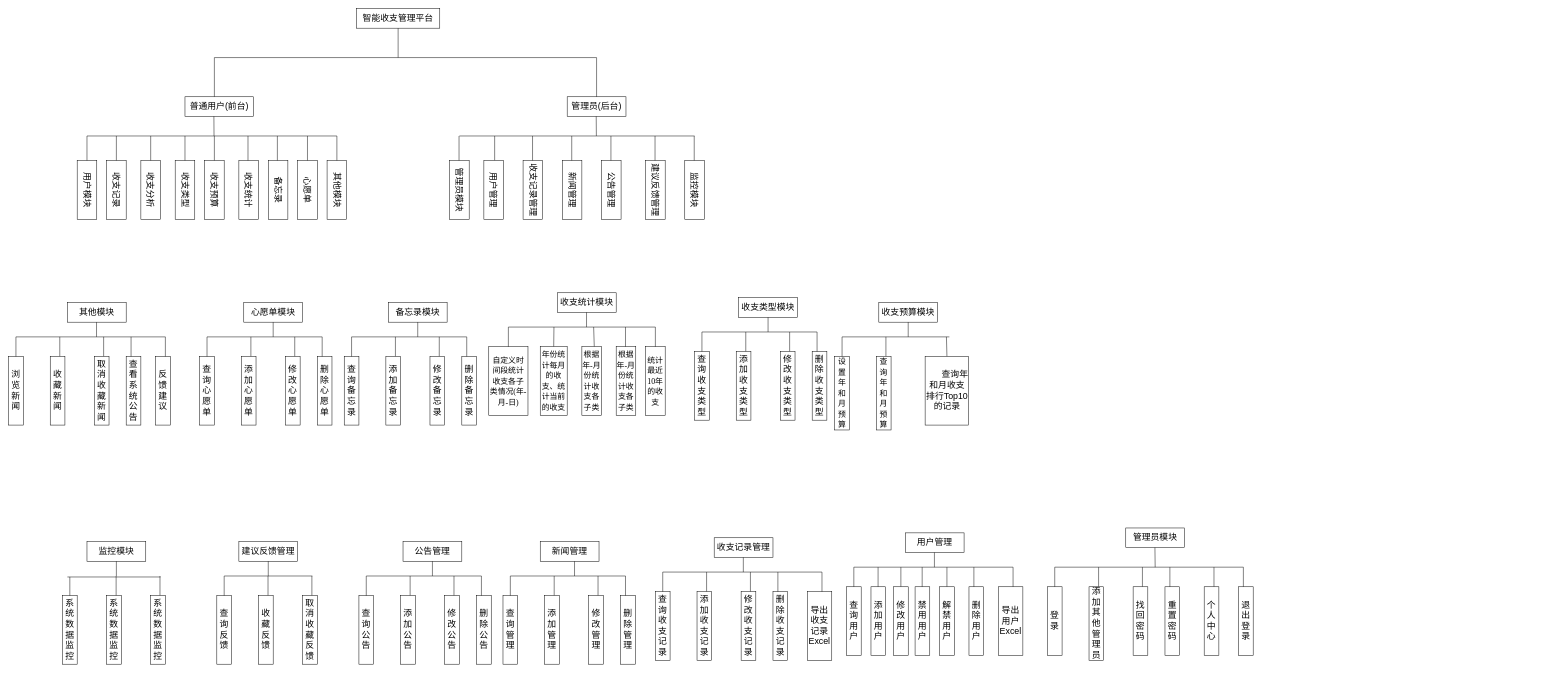
Before: 毕设专用/功能模块图.drawio in KTLeYing/draw-diagram, a draw.io diagram. Source tidied: cells renumbered, new cells numbered last; positions are measured from the earlier drawing's top-left corner, leaving out a move shared by most shapes. Both pictures are drawn from the tidied source at 49%, with x=0, y=0 at pixel (8, 8).
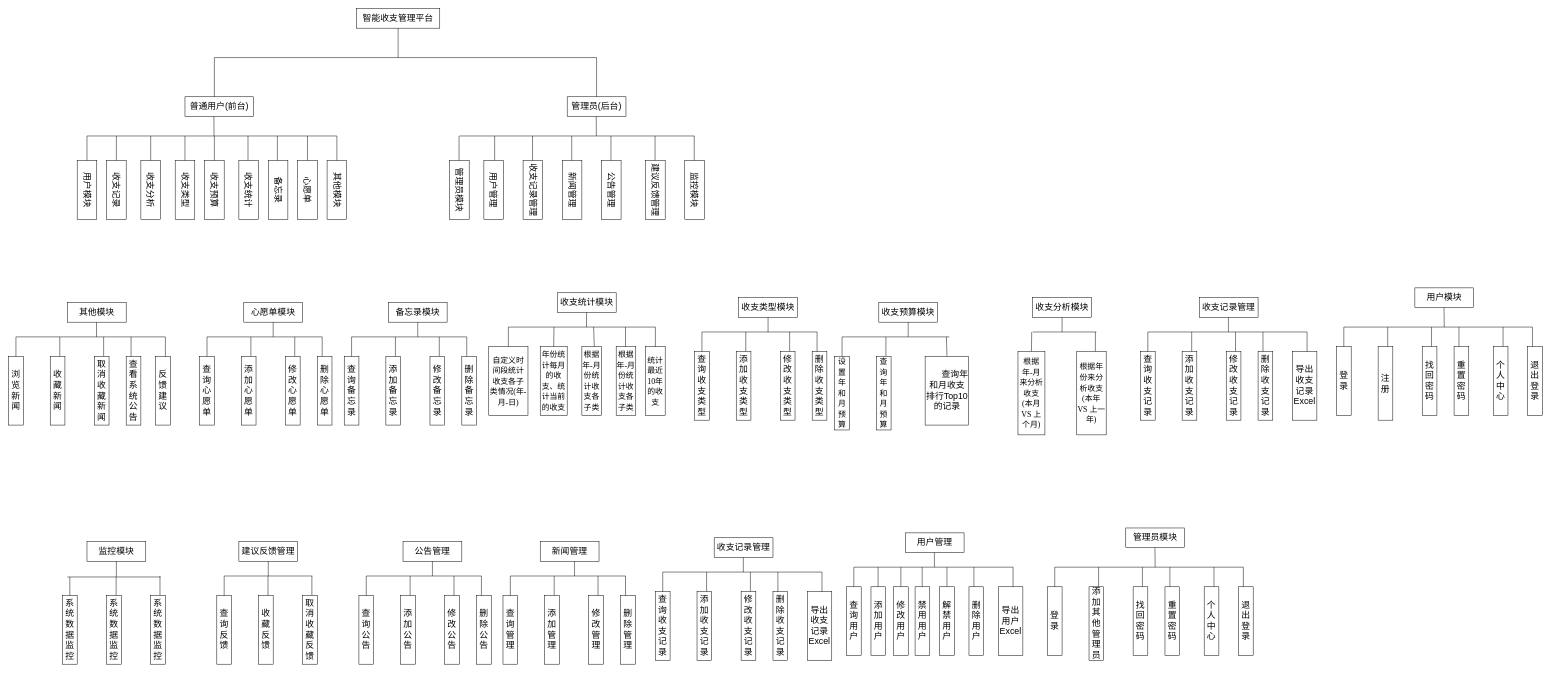
The same page after the edit.

Diff of the diagram source:
```diff
@@
+    <mxCell id="198" value="收支分析模块" style="rounded=0;whiteSpace=wrap;html=1;fontSize=18;" parent="1" vertex="1">
+      <mxGeometry x="2090" y="590" width="120" height="40" as="geometry" />
+    </mxCell>
+    <mxCell id="199" style="endArrow=none;html=1;rounded=0;fontSize=18;" parent="1" edge="1">
+      <mxGeometry relative="1" as="geometry">
+        <mxPoint x="2090" y="660" as="sourcePoint" />
+        <mxPoint x="2220" y="660" as="targetPoint" />
+      </mxGeometry>
+    </mxCell>
+    <mxCell id="200" style="endArrow=none;html=1;rounded=0;fontSize=18;exitX=0.5;exitY=0;exitDx=0;exitDy=0;" parent="1" edge="1" source="203">
+      <mxGeometry relative="1" as="geometry">
+        <mxPoint x="2088" y="660" as="targetPoint" />
+      </mxGeometry>
+    </mxCell>
+    <mxCell id="201" style="endArrow=none;html=1;rounded=0;fontSize=18;exitX=0.633;exitY=0;exitDx=0;exitDy=0;exitPerimeter=0;" parent="1" edge="1" source="204">
+      <mxGeometry relative="1" as="geometry">
+        <mxPoint x="2218" y="660" as="targetPoint" />
+      </mxGeometry>
+    </mxCell>
+    <mxCell id="202" style="endArrow=none;html=1;rounded=0;fontSize=18;" parent="1" edge="1">
+      <mxGeometry relative="1" as="geometry">
+        <mxPoint x="2150" y="660" as="sourcePoint" />
+        <mxPoint x="2150" y="630" as="targetPoint" />
+      </mxGeometry>
+    </mxCell>
+    <mxCell id="203" value="&lt;span style=&quot;font-size: 12pt&quot;&gt;根据年&lt;/span&gt;&lt;span lang=&quot;EN-US&quot; style=&quot;font-size: 12pt ; font-family: &amp;#34;times new roman&amp;#34; , serif&quot;&gt;-&lt;/span&gt;&lt;span style=&quot;font-size: 12pt&quot;&gt;月来分析收支&lt;/span&gt;&lt;span lang=&quot;EN-US&quot; style=&quot;font-size: 12pt ; font-family: &amp;#34;times new roman&amp;#34; , serif&quot;&gt;(&lt;/span&gt;&lt;span style=&quot;font-size: 12pt&quot;&gt;本月&lt;/span&gt;&lt;span lang=&quot;EN-US&quot; style=&quot;font-size: 12pt ; font-family: &amp;#34;times new roman&amp;#34; , serif&quot;&gt; VS &lt;/span&gt;&lt;span style=&quot;font-size: 12pt&quot;&gt;上个月&lt;/span&gt;&lt;span lang=&quot;EN-US&quot; style=&quot;font-size: 12pt ; font-family: &amp;#34;times new roman&amp;#34; , serif&quot;&gt;)&lt;/span&gt;" style="rounded=0;whiteSpace=wrap;html=1;fontSize=18;" parent="1" vertex="1">
+      <mxGeometry x="2060" y="700" width="55" height="170" as="geometry" />
+    </mxCell>
+    <mxCell id="204" value="&lt;span style=&quot;font-size: 12.0pt&quot;&gt;根据年份来分析收支&lt;/span&gt;&lt;span lang=&quot;EN-US&quot; style=&quot;font-size: 12.0pt ; font-family: &amp;#34;times new roman&amp;#34; , serif&quot;&gt;(&lt;/span&gt;&lt;span style=&quot;font-size: 12.0pt&quot;&gt;本年&lt;/span&gt;&lt;span lang=&quot;EN-US&quot; style=&quot;font-size: 12.0pt ; font-family: &amp;#34;times new roman&amp;#34; , serif&quot;&gt; VS &lt;/span&gt;&lt;span style=&quot;font-size: 12.0pt&quot;&gt;上一年&lt;/span&gt;&lt;span lang=&quot;EN-US&quot; style=&quot;font-size: 12.0pt ; font-family: &amp;#34;times new roman&amp;#34; , serif&quot;&gt;)&lt;/span&gt;" style="rounded=0;whiteSpace=wrap;html=1;fontSize=18;" parent="1" vertex="1">
+      <mxGeometry x="2180" y="700" width="60" height="170" as="geometry" />
+    </mxCell>
+    <mxCell id="205" value="收支记录管理" style="rounded=0;whiteSpace=wrap;html=1;fontSize=18;" parent="1" vertex="1">
+      <mxGeometry x="2430" y="590" width="120" height="40" as="geometry" />
+    </mxCell>
+    <mxCell id="206" value="查询收支记录" style="rounded=0;whiteSpace=wrap;html=1;fontSize=18;" parent="1" vertex="1">
+      <mxGeometry x="2310" y="700" width="30" height="140" as="geometry" />
+    </mxCell>
+    <mxCell id="207" style="endArrow=none;html=1;rounded=0;fontSize=18;" parent="1" edge="1">
+      <mxGeometry relative="1" as="geometry">
+        <mxPoint x="2325" y="660" as="sourcePoint" />
+        <mxPoint x="2650" y="660" as="targetPoint" />
+      </mxGeometry>
+    </mxCell>
+    <mxCell id="208" style="endArrow=none;html=1;rounded=0;fontSize=18;exitX=0.5;exitY=0;exitDx=0;exitDy=0;" parent="1" edge="1" source="206">
+      <mxGeometry relative="1" as="geometry">
+        <mxPoint x="2325" y="660" as="targetPoint" />
+      </mxGeometry>
+    </mxCell>
+    <mxCell id="209" style="endArrow=none;html=1;rounded=0;fontSize=18;exitX=0.65;exitY=0;exitDx=0;exitDy=0;exitPerimeter=0;" parent="1" edge="1" source="212">
+      <mxGeometry relative="1" as="geometry">
+        <mxPoint x="2414.5" y="660" as="targetPoint" />
+      </mxGeometry>
+    </mxCell>
+    <mxCell id="210" style="endArrow=none;html=1;rounded=0;fontSize=18;exitX=0.633;exitY=0;exitDx=0;exitDy=0;exitPerimeter=0;" parent="1" edge="1" source="213">
+      <mxGeometry relative="1" as="geometry">
+        <mxPoint x="2504" y="660" as="targetPoint" />
+      </mxGeometry>
+    </mxCell>
+    <mxCell id="211" style="endArrow=none;html=1;rounded=0;fontSize=18;" parent="1" edge="1">
+      <mxGeometry relative="1" as="geometry">
+        <mxPoint x="2489.5" y="660" as="sourcePoint" />
+        <mxPoint x="2489.5" y="630" as="targetPoint" />
+      </mxGeometry>
+    </mxCell>
+    <mxCell id="212" value="添加收支记录" style="rounded=0;whiteSpace=wrap;html=1;fontSize=18;" parent="1" vertex="1">
+      <mxGeometry x="2395" y="700" width="30" height="140" as="geometry" />
+    </mxCell>
+    <mxCell id="213" value="修改收支记录" style="rounded=0;whiteSpace=wrap;html=1;fontSize=18;" parent="1" vertex="1">
+      <mxGeometry x="2485" y="700" width="30" height="140" as="geometry" />
+    </mxCell>
+    <mxCell id="214" value="删除收支记录" style="rounded=0;whiteSpace=wrap;html=1;fontSize=18;" parent="1" vertex="1">
+      <mxGeometry x="2550" y="700" width="30" height="140" as="geometry" />
+    </mxCell>
+    <mxCell id="215" style="endArrow=none;html=1;rounded=0;fontSize=18;exitX=0.633;exitY=0;exitDx=0;exitDy=0;exitPerimeter=0;" parent="1" edge="1">
+      <mxGeometry relative="1" as="geometry">
+        <mxPoint x="2560" y="700" as="sourcePoint" />
+        <mxPoint x="2560" y="660" as="targetPoint" />
+      </mxGeometry>
+    </mxCell>
+    <mxCell id="216" value="导出收支记录&lt;br&gt;Excel" style="rounded=0;whiteSpace=wrap;html=1;fontSize=18;" parent="1" vertex="1">
+      <mxGeometry x="2620" y="700" width="50" height="140" as="geometry" />
+    </mxCell>
+    <mxCell id="217" style="endArrow=none;html=1;rounded=0;fontSize=18;exitX=0.633;exitY=0;exitDx=0;exitDy=0;exitPerimeter=0;" parent="1" edge="1">
+      <mxGeometry relative="1" as="geometry">
+        <mxPoint x="2650" y="700" as="sourcePoint" />
+        <mxPoint x="2650" y="660" as="targetPoint" />
+      </mxGeometry>
+    </mxCell>
+    <mxCell id="218" value="用户模块" style="rounded=0;whiteSpace=wrap;html=1;fontSize=18;" parent="1" vertex="1">
+      <mxGeometry x="2870" y="570" width="120" height="40" as="geometry" />
+    </mxCell>
+    <mxCell id="219" value="登录" style="rounded=0;whiteSpace=wrap;html=1;fontSize=18;" parent="1" vertex="1">
+      <mxGeometry x="2710" y="690" width="30" height="140" as="geometry" />
+    </mxCell>
+    <mxCell id="220" style="endArrow=none;html=1;rounded=0;fontSize=18;" parent="1" edge="1">
+      <mxGeometry relative="1" as="geometry">
+        <mxPoint x="2725" y="650" as="sourcePoint" />
+        <mxPoint x="3110" y="650" as="targetPoint" />
+      </mxGeometry>
+    </mxCell>
+    <mxCell id="221" style="endArrow=none;html=1;rounded=0;fontSize=18;exitX=0.5;exitY=0;exitDx=0;exitDy=0;" parent="1" edge="1" source="219">
+      <mxGeometry relative="1" as="geometry">
+        <mxPoint x="2725" y="650" as="targetPoint" />
+      </mxGeometry>
+    </mxCell>
+    <mxCell id="222" style="endArrow=none;html=1;rounded=0;fontSize=18;exitX=0.65;exitY=0;exitDx=0;exitDy=0;exitPerimeter=0;" parent="1" edge="1" source="225">
+      <mxGeometry relative="1" as="geometry">
+        <mxPoint x="2814.5" y="650" as="targetPoint" />
+      </mxGeometry>
+    </mxCell>
+    <mxCell id="223" style="endArrow=none;html=1;rounded=0;fontSize=18;exitX=0.633;exitY=0;exitDx=0;exitDy=0;exitPerimeter=0;" parent="1" edge="1" source="226">
+      <mxGeometry relative="1" as="geometry">
+        <mxPoint x="2904" y="650" as="targetPoint" />
+      </mxGeometry>
+    </mxCell>
+    <mxCell id="224" style="endArrow=none;html=1;rounded=0;fontSize=18;" parent="1" edge="1">
+      <mxGeometry relative="1" as="geometry">
+        <mxPoint x="2930" y="650" as="sourcePoint" />
+        <mxPoint x="2929.5" y="610" as="targetPoint" />
+      </mxGeometry>
+    </mxCell>
+    <mxCell id="225" value="注册" style="rounded=0;whiteSpace=wrap;html=1;fontSize=18;" parent="1" vertex="1">
+      <mxGeometry x="2795" y="690" width="30" height="150" as="geometry" />
+    </mxCell>
+    <mxCell id="226" value="找回密码" style="rounded=0;whiteSpace=wrap;html=1;fontSize=18;" parent="1" vertex="1">
+      <mxGeometry x="2885" y="690" width="30" height="140" as="geometry" />
+    </mxCell>
+    <mxCell id="227" value="重置密码" style="rounded=0;whiteSpace=wrap;html=1;fontSize=18;" parent="1" vertex="1">
+      <mxGeometry x="2950" y="690" width="30" height="140" as="geometry" />
+    </mxCell>
+    <mxCell id="228" style="endArrow=none;html=1;rounded=0;fontSize=18;exitX=0.633;exitY=0;exitDx=0;exitDy=0;exitPerimeter=0;" parent="1" edge="1">
+      <mxGeometry relative="1" as="geometry">
+        <mxPoint x="2960" y="690" as="sourcePoint" />
+        <mxPoint x="2960" y="650" as="targetPoint" />
+      </mxGeometry>
+    </mxCell>
+    <mxCell id="229" style="endArrow=none;html=1;rounded=0;fontSize=18;exitX=0.633;exitY=0;exitDx=0;exitDy=0;exitPerimeter=0;" parent="1" edge="1">
+      <mxGeometry relative="1" as="geometry">
+        <mxPoint x="3050" y="690" as="sourcePoint" />
+        <mxPoint x="3050" y="650" as="targetPoint" />
+      </mxGeometry>
+    </mxCell>
+    <mxCell id="230" value="个人中心" style="rounded=0;whiteSpace=wrap;html=1;fontSize=18;" parent="1" vertex="1">
+      <mxGeometry x="3030" y="690" width="30" height="140" as="geometry" />
+    </mxCell>
+    <mxCell id="231" value="退出登录" style="rounded=0;whiteSpace=wrap;html=1;fontSize=18;" parent="1" vertex="1">
+      <mxGeometry x="3100" y="690" width="30" height="140" as="geometry" />
+    </mxCell>
+    <mxCell id="232" style="endArrow=none;html=1;rounded=0;fontSize=18;exitX=0.633;exitY=0;exitDx=0;exitDy=0;exitPerimeter=0;" parent="1" edge="1">
+      <mxGeometry relative="1" as="geometry">
+        <mxPoint x="3110" y="690" as="sourcePoint" />
+        <mxPoint x="3110" y="650" as="targetPoint" />
+      </mxGeometry>
+    </mxCell>
```
